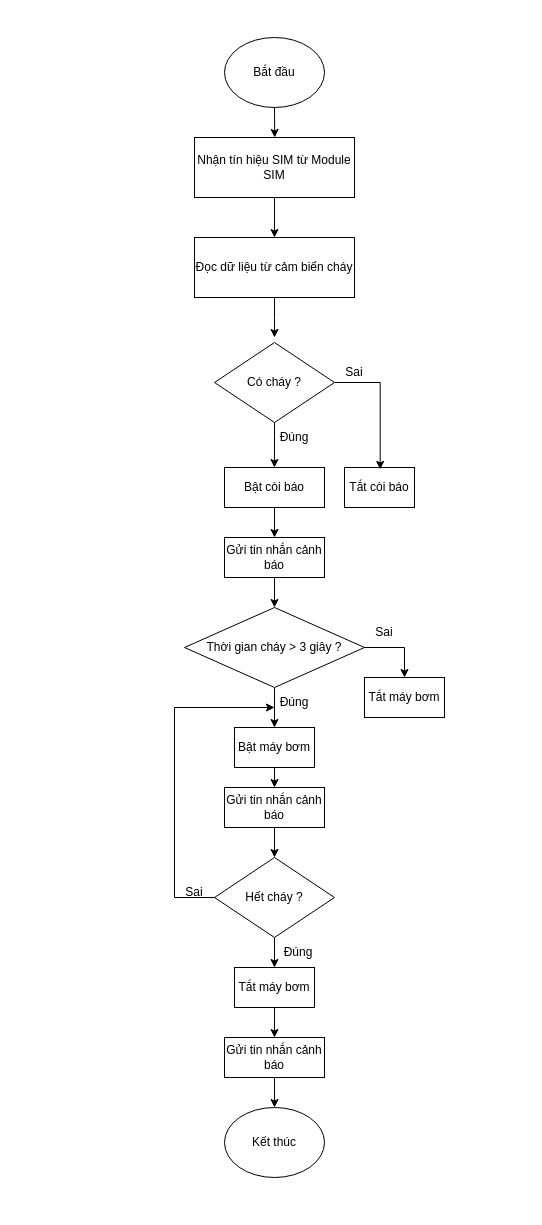
The draw.io diagram block_diagram/flowchart_canhbaochay.drawio in imvietp/Final_Thesis, before the edit. Source tidied: cells renumbered, new cells numbered last; positions are measured from the earlier drawing's top-left corner, leaving out a move shared by most shapes. Both pictures are drawn from the tidied source at 100%, with x=0, y=0 at pixel (164, 37).
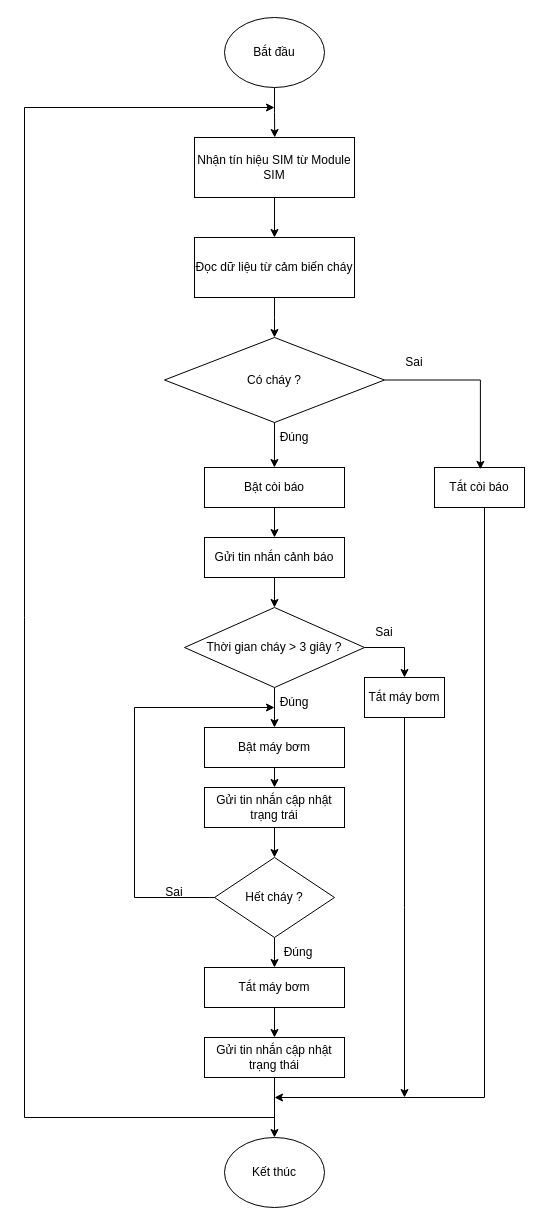
Above is the later version.

The change refers to these unchanged cells:
```xml
<mxCell id="22" value="Tắt máy bơm" style="rounded=0;whiteSpace=wrap;html=1;" parent="1" vertex="1">
  <mxGeometry x="200" y="640" width="80" height="40" as="geometry" />
</mxCell>
```

Change to the diagram source:
```diff
@@
     <mxCell id="3" value="Bắt đầu" style="ellipse;whiteSpace=wrap;html=1;" parent="1" vertex="1">
-      <mxGeometry x="60" width="100" height="70" as="geometry" />
+      <mxGeometry x="60" y="-20" width="100" height="70" as="geometry" />
     </mxCell>
@@
     <mxCell id="5" value="Có cháy ?" style="rhombus;whiteSpace=wrap;html=1;" parent="1" vertex="1">
-      <mxGeometry x="50" y="305" width="120" height="80" as="geometry" />
+      <mxGeometry y="300" width="220" height="85" as="geometry" />
     </mxCell>
@@
     <mxCell id="7" value="Sai" style="text;html=1;align=center;verticalAlign=middle;whiteSpace=wrap;rounded=0;" parent="1" vertex="1">
-      <mxGeometry x="160" y="320" width="60" height="30" as="geometry" />
+      <mxGeometry x="220" y="310" width="60" height="30" as="geometry" />
     </mxCell>
@@
     <mxCell id="9" value="Bật còi báo" style="rounded=0;whiteSpace=wrap;html=1;" parent="1" vertex="1">
-      <mxGeometry x="60" y="430" width="100" height="40" as="geometry" />
+      <mxGeometry x="40" y="430" width="140" height="40" as="geometry" />
     </mxCell>
+    <mxCell id="38" style="edgeStyle=orthogonalEdgeStyle;rounded=0;jettySize=auto;html=1;exitX=0.5;exitY=1;exitDx=0;exitDy=0;" parent="1" edge="1" source="10">
+      <mxGeometry relative="1" as="geometry">
+        <mxPoint x="110" y="1060" as="targetPoint" />
+        <Array as="points">
+          <mxPoint x="320" y="470" />
+          <mxPoint x="320" y="1060" />
+        </Array>
+      </mxGeometry>
+    </mxCell>
     <mxCell id="10" value="Tắt còi báo" style="rounded=0;whiteSpace=wrap;html=1;" parent="1" vertex="1">
-      <mxGeometry x="180" y="430" width="70" height="40" as="geometry" />
+      <mxGeometry x="270" y="430" width="90" height="40" as="geometry" />
     </mxCell>
@@
     <mxCell id="14" value="Bật máy bơm" style="rounded=0;whiteSpace=wrap;html=1;" parent="1" vertex="1">
-      <mxGeometry x="70" y="690" width="80" height="40" as="geometry" />
+      <mxGeometry x="40" y="690" width="140" height="40" as="geometry" />
     </mxCell>
     <mxCell id="15" value="Kết thúc" style="ellipse;whiteSpace=wrap;html=1;" parent="1" vertex="1">
-      <mxGeometry x="60" y="1070" width="100" height="70" as="geometry" />
+      <mxGeometry x="60" y="1100" width="100" height="70" as="geometry" />
     </mxCell>
@@
     <mxCell id="20" value="Gửi tin nhắn cảnh báo" style="rounded=0;whiteSpace=wrap;html=1;" parent="1" vertex="1">
-      <mxGeometry x="60" y="500" width="100" height="40" as="geometry" />
+      <mxGeometry x="40" y="500" width="140" height="40" as="geometry" />
     </mxCell>
@@
+    <mxCell id="39" style="edgeStyle=orthogonalEdgeStyle;rounded=0;jettySize=auto;html=1;" parent="1" edge="1" source="22">
+      <mxGeometry relative="1" as="geometry">
+        <mxPoint x="240" y="1060" as="targetPoint" />
+      </mxGeometry>
+    </mxCell>
@@
     <mxCell id="26" style="edgeStyle=orthogonalEdgeStyle;rounded=0;orthogonalLoop=1;jettySize=auto;html=1;exitX=0;exitY=0.5;exitDx=0;exitDy=0;" parent="1" edge="1">
       <mxGeometry relative="1" as="geometry">
         <mxPoint x="55" y="860" as="sourcePoint" />
         <mxPoint x="110" y="670" as="targetPoint" />
         <Array as="points">
-          <mxPoint x="10" y="860" />
-          <mxPoint x="10" y="670" />
+          <mxPoint x="-30" y="860" />
+          <mxPoint x="-30" y="670" />
         </Array>
       </mxGeometry>
     </mxCell>
@@
     <mxCell id="29" value="Tắt máy bơm" style="rounded=0;whiteSpace=wrap;html=1;" parent="1" vertex="1">
-      <mxGeometry x="70" y="930" width="80" height="40" as="geometry" />
+      <mxGeometry x="40" y="930" width="140" height="40" as="geometry" />
     </mxCell>
@@
     <mxCell id="31" value="Sai" style="text;html=1;align=center;verticalAlign=middle;whiteSpace=wrap;rounded=0;" parent="1" vertex="1">
-      <mxGeometry y="840" width="60" height="30" as="geometry" />
+      <mxGeometry x="-20" y="840" width="60" height="30" as="geometry" />
     </mxCell>
@@
-    <mxCell id="34" value="Gửi tin nhắn cảnh báo" style="rounded=0;whiteSpace=wrap;html=1;" parent="1" vertex="1">
-      <mxGeometry x="60" y="750" width="100" height="40" as="geometry" />
+    <mxCell id="34" value="Gửi tin nhắn cập nhật trạng trái" style="rounded=0;whiteSpace=wrap;html=1;" parent="1" vertex="1">
+      <mxGeometry x="40" y="750" width="140" height="40" as="geometry" />
     </mxCell>
@@
-    <mxCell id="36" value="Gửi tin nhắn cảnh báo" style="rounded=0;whiteSpace=wrap;html=1;" parent="1" vertex="1">
-      <mxGeometry x="60" y="1000" width="100" height="40" as="geometry" />
+    <mxCell id="36" value="Gửi tin nhắn cập nhật trạng thái" style="rounded=0;whiteSpace=wrap;html=1;" parent="1" vertex="1">
+      <mxGeometry x="40" y="1000" width="140" height="40" as="geometry" />
     </mxCell>
@@
+    <mxCell id="40" style="endArrow=classic;html=1;rounded=0;" parent="1" edge="1">
+      <mxGeometry relative="1" as="geometry">
+        <mxPoint x="110" y="1080" as="sourcePoint" />
+        <mxPoint x="110" y="70" as="targetPoint" />
+        <Array as="points">
+          <mxPoint x="-140" y="1080" />
+          <mxPoint x="-140" y="580" />
+          <mxPoint x="-140" y="70" />
+        </Array>
+      </mxGeometry>
+    </mxCell>
```
